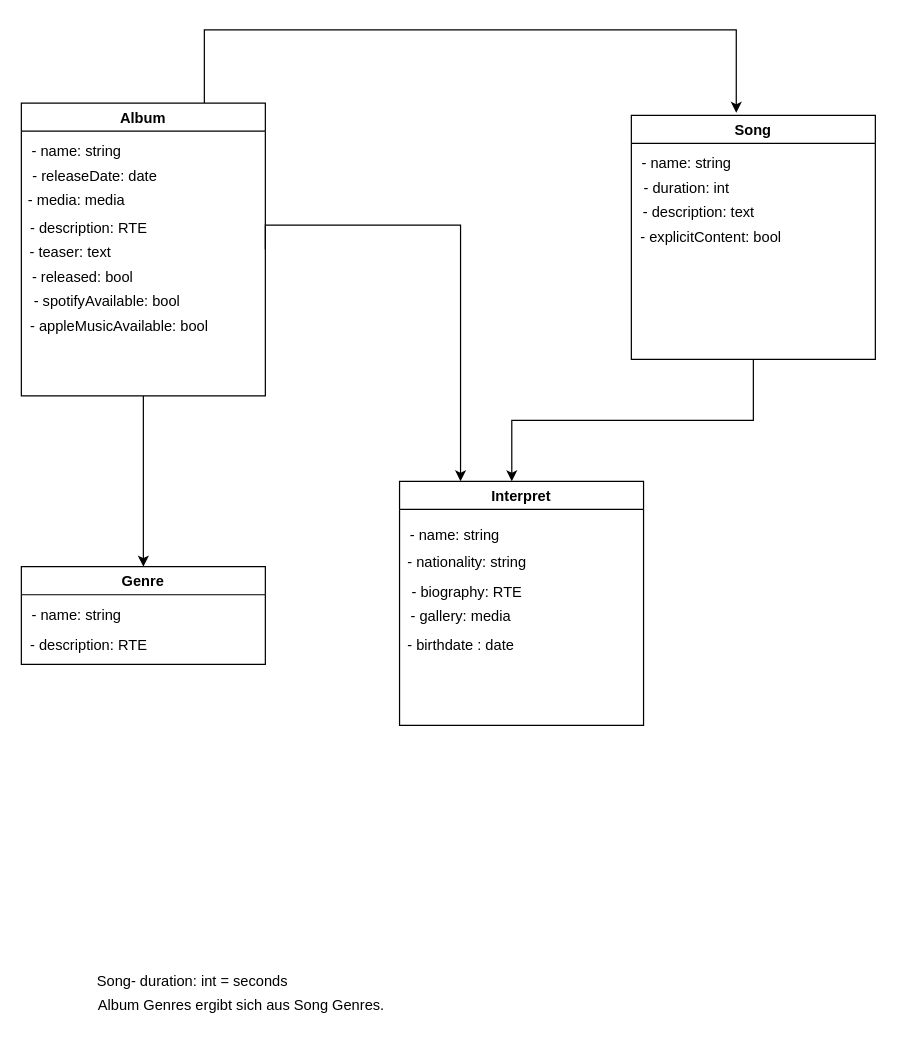
Above: page "UML" (1 of 7) of Untitled Diagram.drawio in free-prayer-bird/demo-repo (draw.io), before the change. Source tidied: cells renumbered, new cells numbered last; positions are measured from the earlier drawing's top-left corner, leaving out a move shared by most shapes. Both pictures are drawn from the tidied source at 122%, with x=0, y=0 at pixel (21, 29).
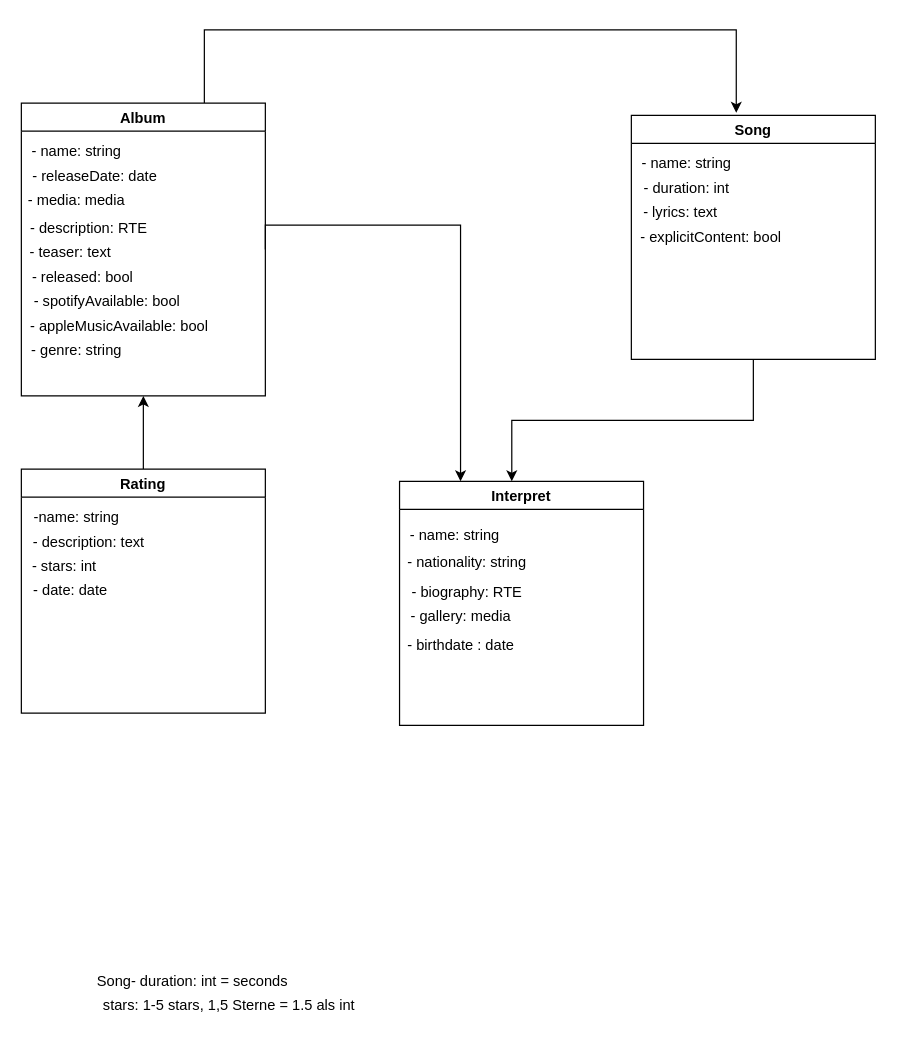
The same page after the edit.

Unchanged cells that the change refers to:
```xml
<mxCell id="5" value="Album" style="swimlane;" parent="1" vertex="1">
  <mxGeometry y="60" width="200" height="240" as="geometry" />
</mxCell>
<mxCell id="15" value="Song" style="swimlane;" parent="1" vertex="1">
  <mxGeometry x="500" y="70" width="200" height="200" as="geometry" />
</mxCell>
```

Change to the diagram source:
```diff
@@
-    <mxCell id="4" style="edgeStyle=orthogonalEdgeStyle;rounded=0;jettySize=auto;html=1;exitX=0.5;exitY=1;exitDx=0;exitDy=0;entryX=0.5;entryY=0;entryDx=0;entryDy=0;" parent="1" edge="1" source="5" target="26">
-      <mxGeometry relative="1" as="geometry" />
-    </mxCell>
@@
+    <mxCell id="31" value="- genre: string" style="text;html=1;align=center;verticalAlign=middle;strokeColor=none;fillColor=none;" parent="5" vertex="1">
+      <mxGeometry y="193" width="90" height="20" as="geometry" />
+    </mxCell>
@@
-    <mxCell id="18" value="- description: text" style="text;html=1;align=center;verticalAlign=middle;strokeColor=none;fillColor=none;" parent="15" vertex="1">
-      <mxGeometry y="70" width="110" height="20" as="geometry" />
+    <mxCell id="18" value="- lyrics: text" style="text;html=1;align=center;verticalAlign=middle;strokeColor=none;fillColor=none;" parent="15" vertex="1">
+      <mxGeometry y="70" width="80" height="20" as="geometry" />
     </mxCell>
@@
-    <mxCell id="26" value="Genre" style="swimlane;" parent="1" vertex="1">
-      <mxGeometry y="440" width="200" height="80" as="geometry" />
-    </mxCell>
-    <mxCell id="27" value="- name: string" style="text;html=1;align=center;verticalAlign=middle;strokeColor=none;fillColor=none;" parent="26" vertex="1">
-      <mxGeometry y="30" width="90" height="20" as="geometry" />
-    </mxCell>
-    <mxCell id="28" value="- description: RTE" style="text;html=1;align=center;verticalAlign=middle;strokeColor=none;fillColor=none;" parent="26" vertex="1">
-      <mxGeometry y="55" width="110" height="20" as="geometry" />
-    </mxCell>
@@
-    <mxCell id="30" value="Album Genres ergibt sich aus Song Genres." style="text;html=1;align=center;verticalAlign=middle;strokeColor=none;fillColor=none;" parent="1" vertex="1">
-      <mxGeometry x="55" y="790" width="250" height="20" as="geometry" />
-    </mxCell>
+    <mxCell id="32" style="edgeStyle=orthogonalEdgeStyle;rounded=0;jettySize=auto;html=1;entryX=0.5;entryY=1;entryDx=0;entryDy=0;" parent="1" edge="1" source="33" target="5">
+      <mxGeometry relative="1" as="geometry" />
+    </mxCell>
+    <mxCell id="33" value="Rating" style="swimlane;" parent="1" vertex="1">
+      <mxGeometry y="360" width="200" height="200" as="geometry" />
+    </mxCell>
+    <mxCell id="34" value="-name: string" style="text;html=1;align=center;verticalAlign=middle;strokeColor=none;fillColor=none;" parent="33" vertex="1">
+      <mxGeometry y="30" width="90" height="20" as="geometry" />
+    </mxCell>
+    <mxCell id="35" value="- description: text" style="text;html=1;align=center;verticalAlign=middle;strokeColor=none;fillColor=none;" parent="33" vertex="1">
+      <mxGeometry y="50" width="110" height="20" as="geometry" />
+    </mxCell>
+    <mxCell id="36" value="- stars: int" style="text;html=1;align=center;verticalAlign=middle;strokeColor=none;fillColor=none;" parent="33" vertex="1">
+      <mxGeometry y="70" width="70" height="20" as="geometry" />
+    </mxCell>
+    <mxCell id="37" value="- date: date" style="text;html=1;align=center;verticalAlign=middle;strokeColor=none;fillColor=none;" parent="33" vertex="1">
+      <mxGeometry y="90" width="80" height="20" as="geometry" />
+    </mxCell>
+    <mxCell id="38" value="stars: 1-5 stars, 1,5 Sterne = 1.5 als int" style="text;html=1;align=center;verticalAlign=middle;strokeColor=none;fillColor=none;" parent="1" vertex="1">
+      <mxGeometry x="60" y="790" width="220" height="20" as="geometry" />
+    </mxCell>
```
